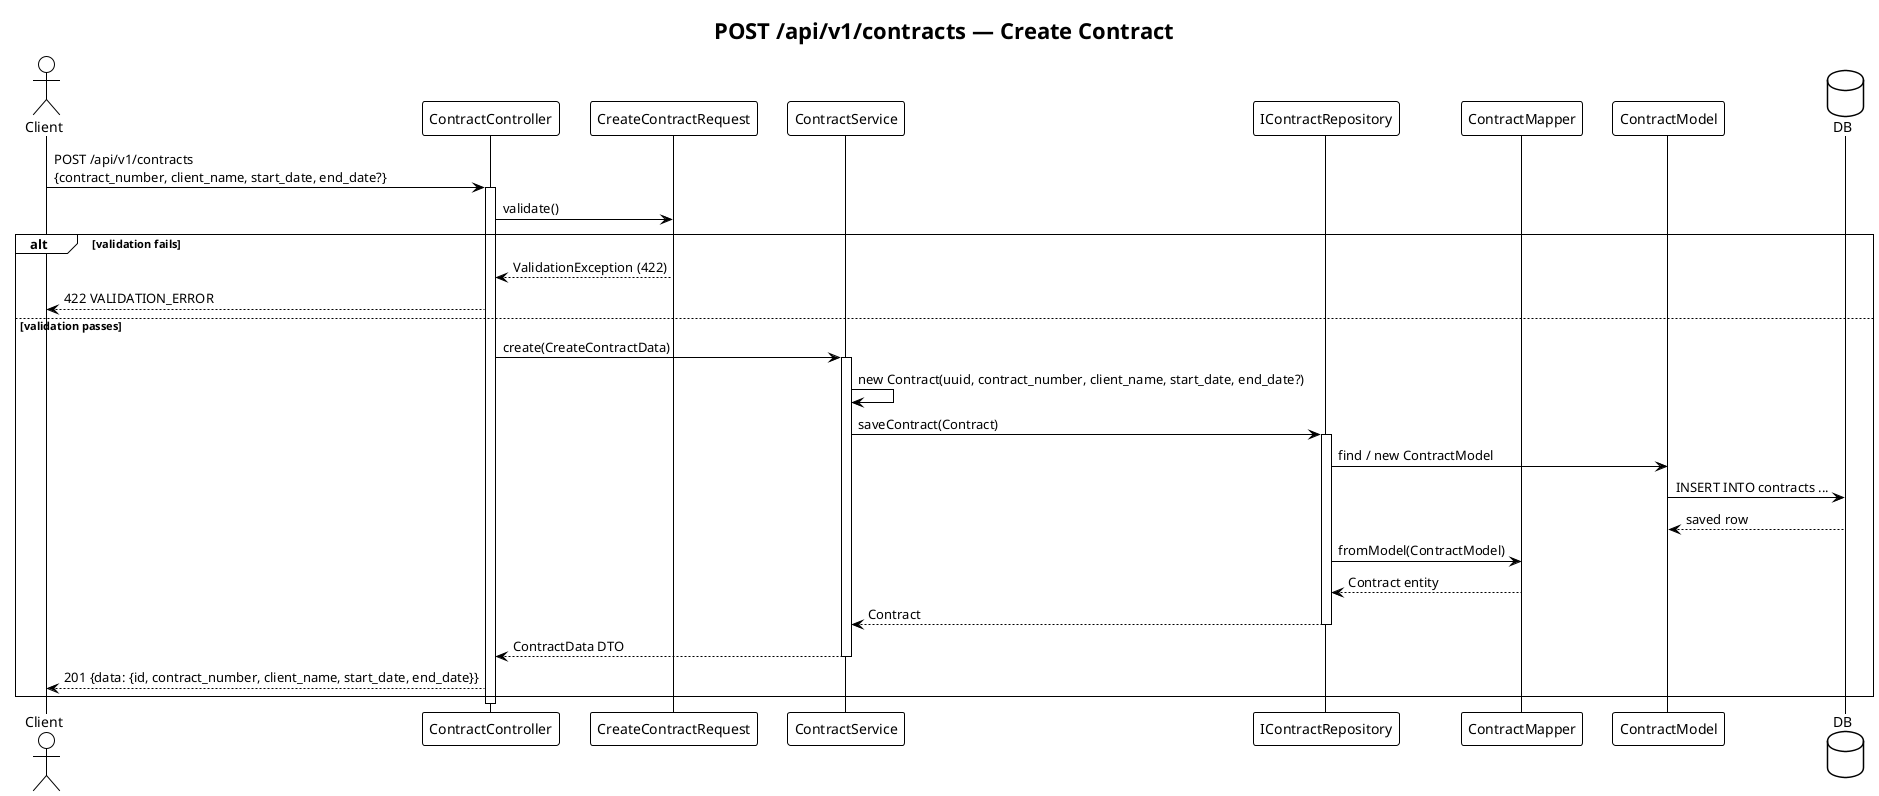
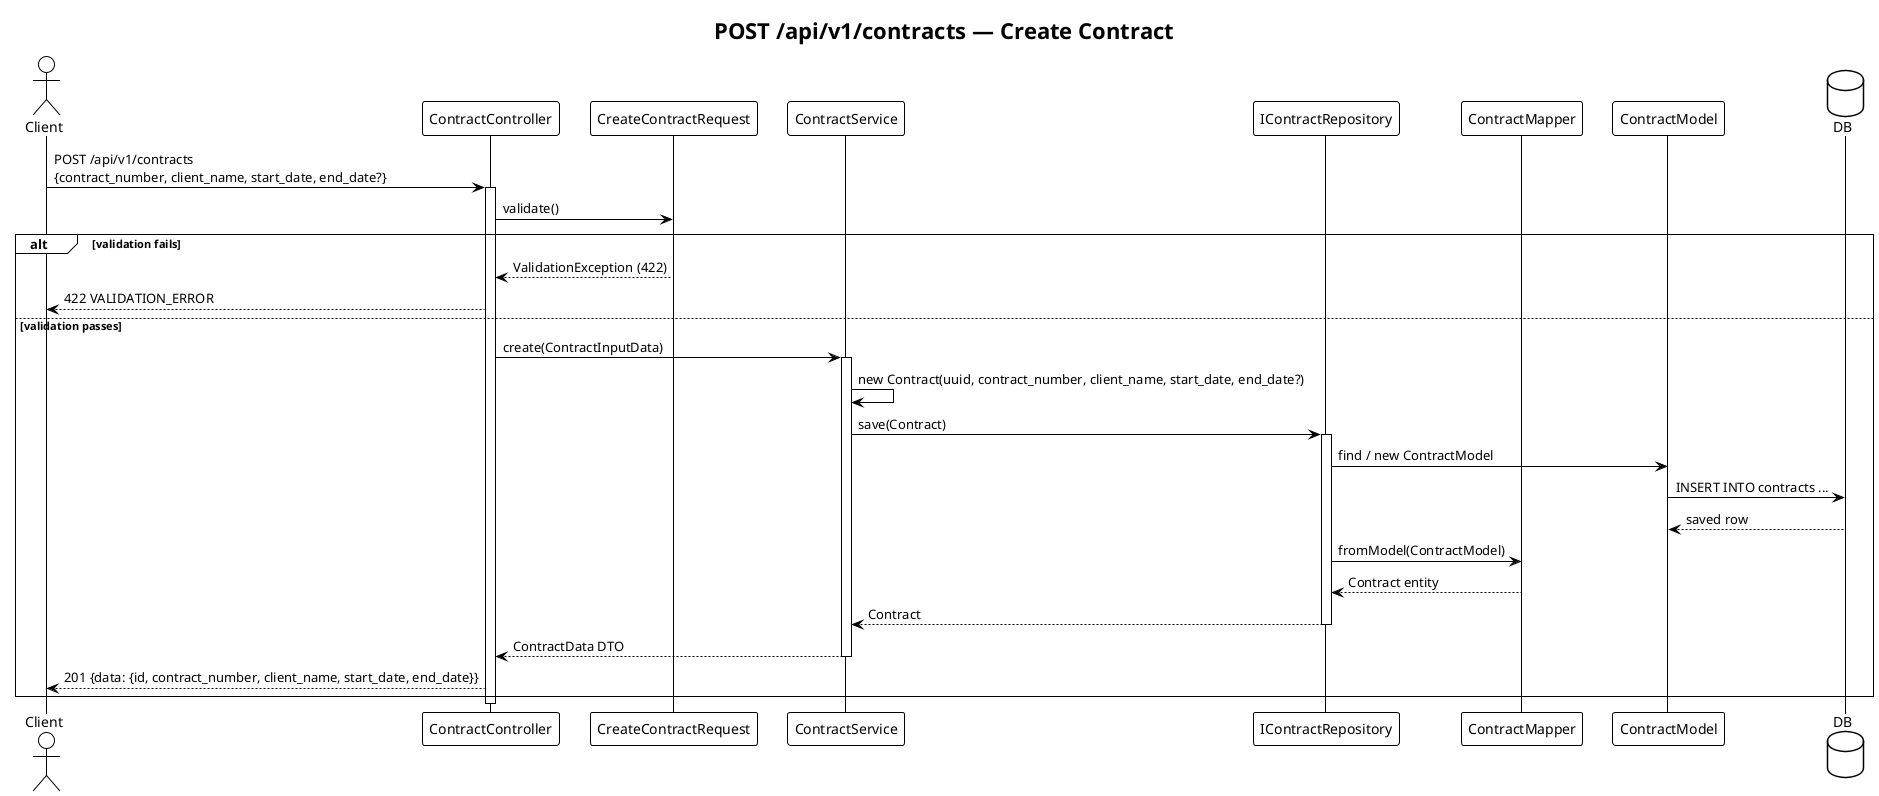
@startuml create-contract
!theme plain
title POST /api/v1/contracts — Create Contract

actor Client
participant "ContractController" as Controller
participant "CreateContractRequest" as Request
participant "ContractService" as Service
participant "IContractRepository" as IRepo
participant "ContractMapper" as Mapper
participant "ContractModel" as Model
database DB

Client -> Controller : POST /api/v1/contracts\n{contract_number, client_name, start_date, end_date?}
activate Controller

Controller -> Request : validate()

alt validation fails
    Request --> Controller : ValidationException (422)
    Controller --> Client : 422 VALIDATION_ERROR
else validation passes
-     Controller -> Service : create(CreateContractData)
+     Controller -> Service : create(ContractInputData)
    activate Service

    Service -> Service : new Contract(uuid, contract_number, client_name, start_date, end_date?)
-     Service -> IRepo : saveContract(Contract)
+     Service -> IRepo : save(Contract)
    activate IRepo

    IRepo -> Model : find / new ContractModel
    Model -> DB : INSERT INTO contracts ...
    DB --> Model : saved row
    IRepo -> Mapper : fromModel(ContractModel)
    Mapper --> IRepo : Contract entity
    IRepo --> Service : Contract
    deactivate IRepo

    Service --> Controller : ContractData DTO
    deactivate Service

    Controller --> Client : 201 {data: {id, contract_number, client_name, start_date, end_date}}
end

deactivate Controller
@enduml
